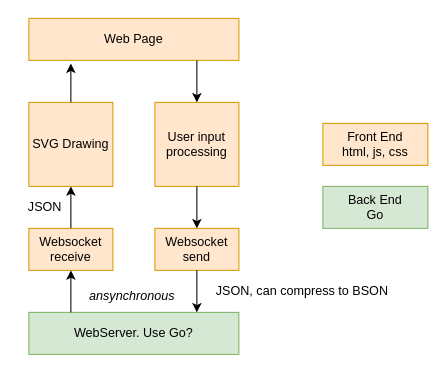
Above: worms/planning/TopLevelDiagram.drawio in 28raining/vw_games (draw.io), before the change. Source tidied: cells renumbered, new cells numbered last; positions are measured from the earlier drawing's top-left corner, leaving out a move shared by most shapes. Both pictures are drawn from the tidied source at 105%, with x=0, y=0 at pixel (18, 18).
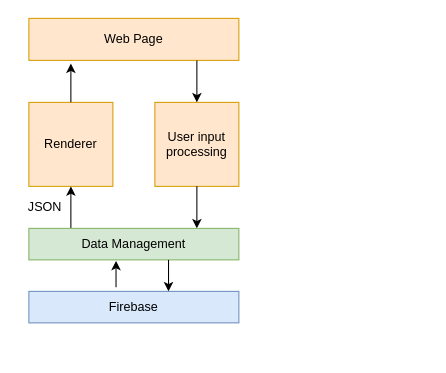
Above is the later version.

Unchanged cells that the change refers to:
```xml
<mxCell id="5" value="User input processing" style="rounded=0;whiteSpace=wrap;html=1;fillColor=#ffe6cc;strokeColor=#d79b00;" parent="1" vertex="1">
  <mxGeometry x="130" y="80" width="80" height="80" as="geometry" />
</mxCell>
```

The edit, as a diff of the source:
```diff
@@
-    <mxCell id="3" value="SVG Drawing" style="rounded=0;whiteSpace=wrap;html=1;fillColor=#ffe6cc;strokeColor=#d79b00;" parent="1" vertex="1">
+    <mxCell id="3" value="Renderer" style="rounded=0;whiteSpace=wrap;html=1;fillColor=#ffe6cc;strokeColor=#d79b00;" parent="1" vertex="1">
       <mxGeometry x="10" y="80" width="80" height="80" as="geometry" />
     </mxCell>
@@
-    <mxCell id="7" value="WebServer. Use Go?" style="rounded=0;whiteSpace=wrap;html=1;fillColor=#d5e8d4;strokeColor=#82b366;" parent="1" vertex="1">
-      <mxGeometry x="10" y="280" width="200" height="40" as="geometry" />
-    </mxCell>
-    <mxCell id="8" value="Websocket&lt;br&gt;send" style="rounded=0;whiteSpace=wrap;html=1;fillColor=#ffe6cc;strokeColor=#d79b00;" parent="1" vertex="1">
-      <mxGeometry x="130" y="200" width="80" height="40" as="geometry" />
-    </mxCell>
-    <mxCell id="9" style="endArrow=classic;html=1;entryX=0.5;entryY=0;entryDx=0;entryDy=0;exitX=0.5;exitY=1;exitDx=0;exitDy=0;fillColor=#ffe6cc;strokeColor=#000000;" parent="1" edge="1" source="5" target="8">
-      <mxGeometry relative="1" as="geometry" />
+    <mxCell id="9" style="endArrow=classic;html=1;entryX=0.5;entryY=0;entryDx=0;entryDy=0;exitX=0.5;exitY=1;exitDx=0;exitDy=0;fillColor=#ffe6cc;strokeColor=#000000;" parent="1" edge="1" source="5">
+      <mxGeometry relative="1" as="geometry">
+        <mxPoint x="170" y="200" as="targetPoint" />
+      </mxGeometry>
     </mxCell>
-    <mxCell id="10" style="endArrow=none;html=1;endFill=0;startArrow=classic;startFill=1;" parent="1" edge="1">
-      <mxGeometry relative="1" as="geometry">
-        <mxPoint x="170" y="280" as="sourcePoint" />
-        <mxPoint x="170" y="240" as="targetPoint" />
-      </mxGeometry>
-    </mxCell>
-    <mxCell id="11" value="Websocket&lt;br&gt;receive" style="rounded=0;whiteSpace=wrap;html=1;fillColor=#ffe6cc;strokeColor=#d79b00;" parent="1" vertex="1">
-      <mxGeometry x="10" y="200" width="80" height="40" as="geometry" />
-    </mxCell>
-    <mxCell id="12" style="endArrow=none;html=1;endFill=0;startArrow=classic;startFill=1;" parent="1" edge="1">
-      <mxGeometry relative="1" as="geometry">
-        <mxPoint x="50" y="240" as="sourcePoint" />
-        <mxPoint x="50" y="280" as="targetPoint" />
-      </mxGeometry>
-    </mxCell>
-    <mxCell id="13" style="endArrow=none;html=1;endFill=0;startArrow=classic;startFill=1;exitX=0.5;exitY=1;exitDx=0;exitDy=0;entryX=0.5;entryY=0;entryDx=0;entryDy=0;fillColor=#ffe6cc;strokeColor=#000000;" parent="1" edge="1" source="3" target="11">
-      <mxGeometry relative="1" as="geometry" />
+    <mxCell id="13" style="endArrow=none;html=1;endFill=0;startArrow=classic;startFill=1;exitX=0.5;exitY=1;exitDx=0;exitDy=0;entryX=0.5;entryY=0;entryDx=0;entryDy=0;fillColor=#ffe6cc;strokeColor=#000000;" parent="1" edge="1" source="3">
+      <mxGeometry relative="1" as="geometry">
+        <mxPoint x="50" y="200" as="targetPoint" />
+      </mxGeometry>
     </mxCell>
@@
-    <mxCell id="15" value="JSON, can compress to BSON" style="text;html=1;align=center;verticalAlign=middle;" parent="1" vertex="1">
-      <mxGeometry x="180" y="250" width="180" height="20" as="geometry" />
-    </mxCell>
-    <mxCell id="16" value="&lt;i&gt;ansynchronous&lt;/i&gt;" style="text;html=1;align=center;verticalAlign=middle;" parent="1" vertex="1">
-      <mxGeometry x="58" y="255" width="100" height="20" as="geometry" />
-    </mxCell>
-    <mxCell id="17" value="Front End&lt;br&gt;html, js, css" style="rounded=0;whiteSpace=wrap;html=1;fillColor=#ffe6cc;strokeColor=#d79b00;" parent="1" vertex="1">
-      <mxGeometry x="290" y="100" width="100" height="40" as="geometry" />
-    </mxCell>
-    <mxCell id="18" value="Back End&lt;br&gt;Go" style="rounded=0;whiteSpace=wrap;html=1;fillColor=#d5e8d4;strokeColor=#82b366;" parent="1" vertex="1">
-      <mxGeometry x="290" y="160" width="100" height="40" as="geometry" />
-    </mxCell>
+    <mxCell id="19" value="Data Management" style="rounded=0;whiteSpace=wrap;html=1;fillColor=#d5e8d4;strokeColor=#82b366;" parent="1" vertex="1">
+      <mxGeometry x="10" y="200" width="200" height="30" as="geometry" />
+    </mxCell>
+    <mxCell id="20" value="Firebase" style="rounded=0;whiteSpace=wrap;html=1;fillColor=#dae8fc;strokeColor=#6c8ebf;" parent="1" vertex="1">
+      <mxGeometry x="10" y="260" width="200" height="30" as="geometry" />
+    </mxCell>
+    <mxCell id="21" style="endArrow=classic;html=1;entryX=0.665;entryY=0;entryDx=0;entryDy=0;fillColor=#ffe6cc;strokeColor=#000000;entryPerimeter=0;" parent="1" edge="1" target="20">
+      <mxGeometry relative="1" as="geometry">
+        <mxPoint x="143" y="230" as="sourcePoint" />
+      </mxGeometry>
+    </mxCell>
+    <mxCell id="22" style="endArrow=classic;html=1;entryX=0.415;entryY=1.033;entryDx=0;entryDy=0;fillColor=#ffe6cc;strokeColor=#000000;entryPerimeter=0;exitX=0.415;exitY=-0.133;exitDx=0;exitDy=0;exitPerimeter=0;" parent="1" edge="1" source="20" target="19">
+      <mxGeometry relative="1" as="geometry" />
+    </mxCell>
```
